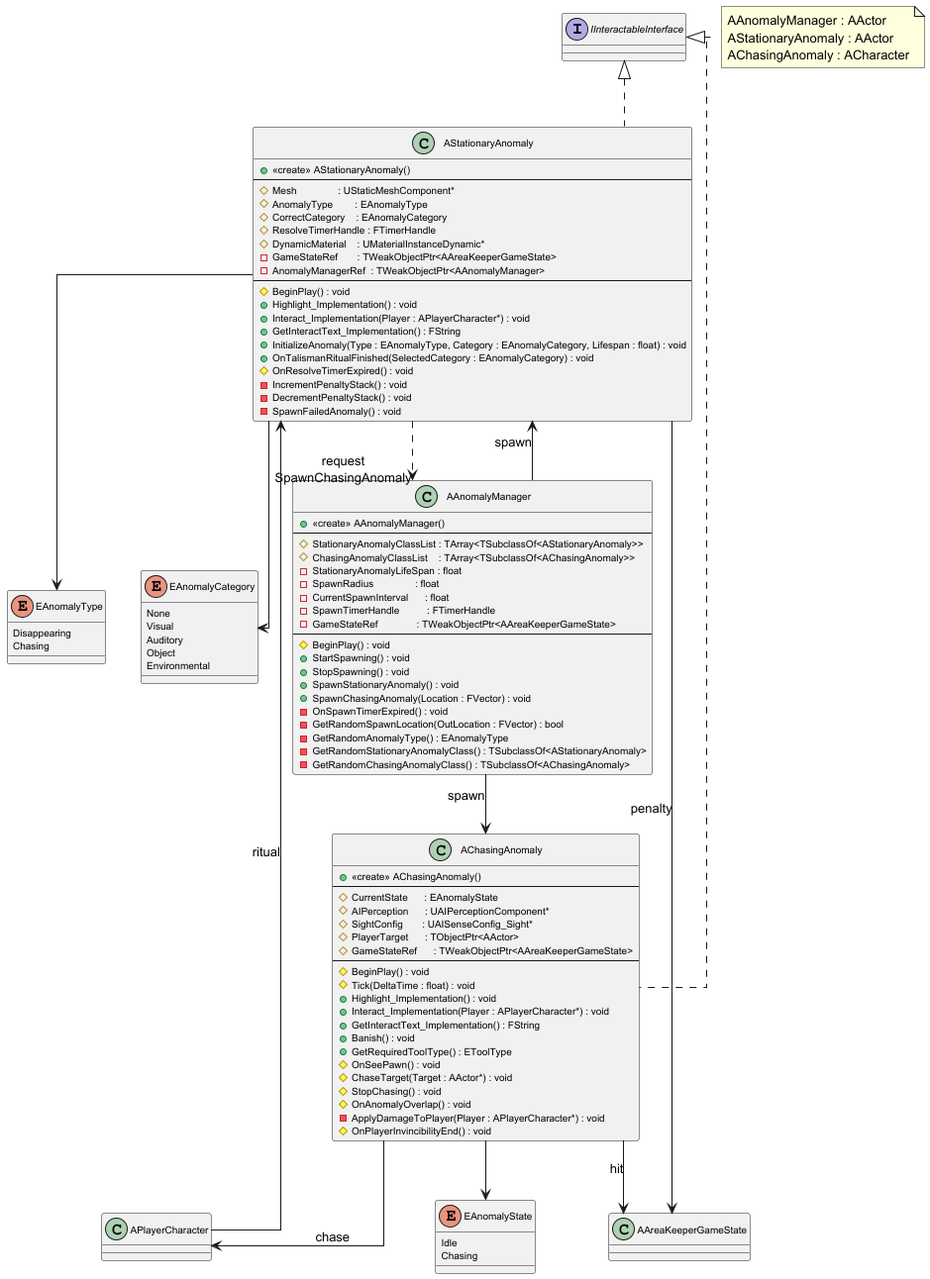
test123123231/Area_Keeper keeps this PlantUML diagram as SDS/image/Class3_AnomalySystem.png. Above is the earlier version.
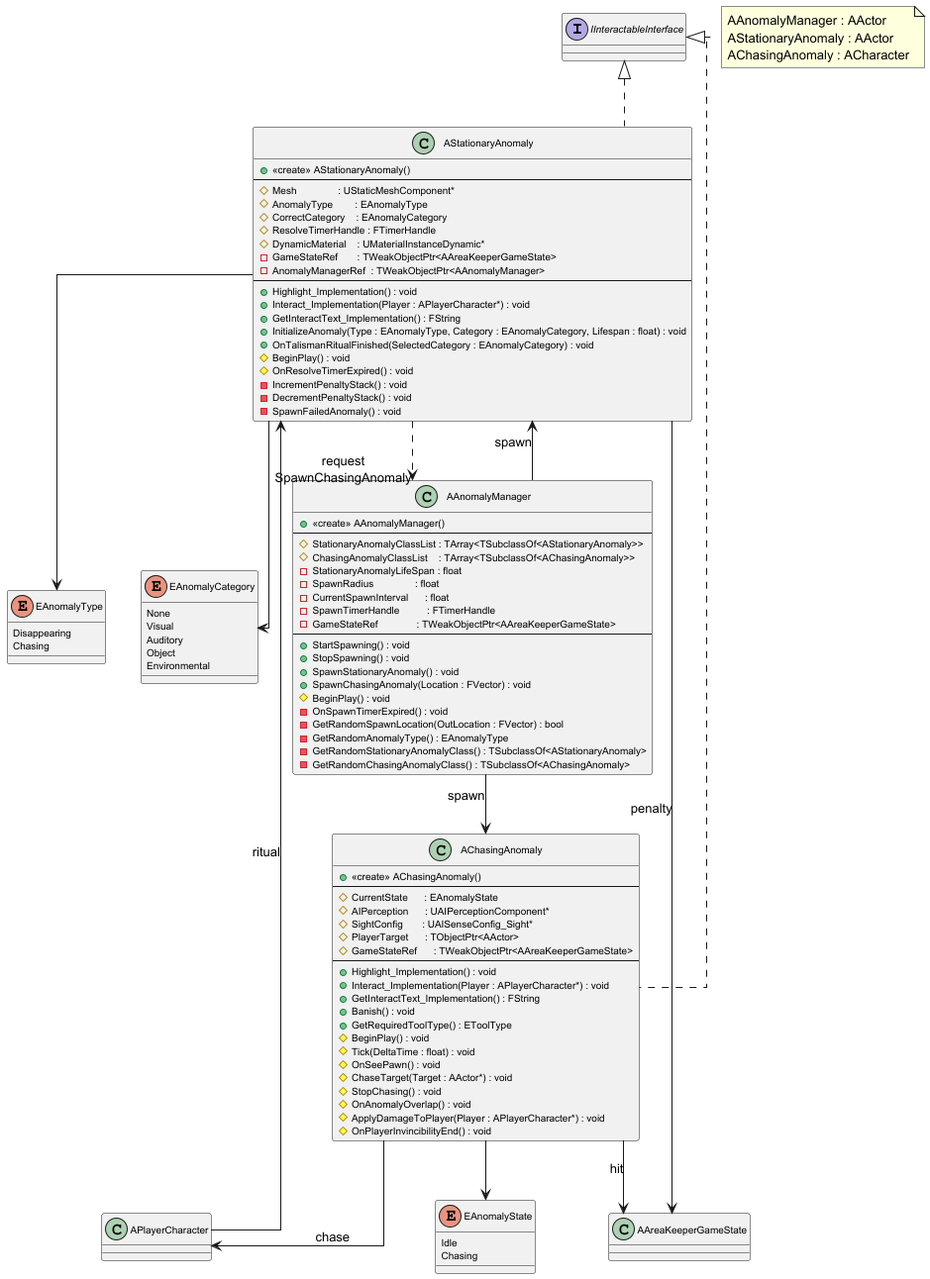
Above is the later version.

Commit message:
bugfix/#74 class diagram 3, 5 수정

Change to the diagram source:
```diff
@@ -23,11 +23,11 @@
     - SpawnTimerHandle          : FTimerHandle
     - GameStateRef              : TWeakObjectPtr<AAreaKeeperGameState>
     --
-    # BeginPlay() : void
     + StartSpawning() : void
     + StopSpawning() : void
     + SpawnStationaryAnomaly() : void
     + SpawnChasingAnomaly(Location : FVector) : void
+    # BeginPlay() : void
     - OnSpawnTimerExpired() : void
     - GetRandomSpawnLocation(OutLocation : FVector) : bool
     - GetRandomAnomalyType() : EAnomalyType
@@ -47,12 +47,12 @@
     - GameStateRef       : TWeakObjectPtr<AAreaKeeperGameState>
     - AnomalyManagerRef  : TWeakObjectPtr<AAnomalyManager>
     --
-    # BeginPlay() : void
     + Highlight_Implementation() : void
     + Interact_Implementation(Player : APlayerCharacter*) : void
     + GetInteractText_Implementation() : FString
     + InitializeAnomaly(Type : EAnomalyType, Category : EAnomalyCategory, Lifespan : float) : void
     + OnTalismanRitualFinished(SelectedCategory : EAnomalyCategory) : void
+    # BeginPlay() : void
     # OnResolveTimerExpired() : void
     - IncrementPenaltyStack() : void
     - DecrementPenaltyStack() : void
@@ -69,18 +69,18 @@
     # PlayerTarget      : TObjectPtr<AActor>
     # GameStateRef      : TWeakObjectPtr<AAreaKeeperGameState>
     --
-    # BeginPlay() : void
-    # Tick(DeltaTime : float) : void
     + Highlight_Implementation() : void
     + Interact_Implementation(Player : APlayerCharacter*) : void
     + GetInteractText_Implementation() : FString
     + Banish() : void
     + GetRequiredToolType() : EToolType
+    # BeginPlay() : void
+    # Tick(DeltaTime : float) : void
     # OnSeePawn() : void
     # ChaseTarget(Target : AActor*) : void
     # StopChasing() : void
     # OnAnomalyOverlap() : void
-    - ApplyDamageToPlayer(Player : APlayerCharacter*) : void
+    # ApplyDamageToPlayer(Player : APlayerCharacter*) : void
     # OnPlayerInvincibilityEnd() : void
 }
 
```
